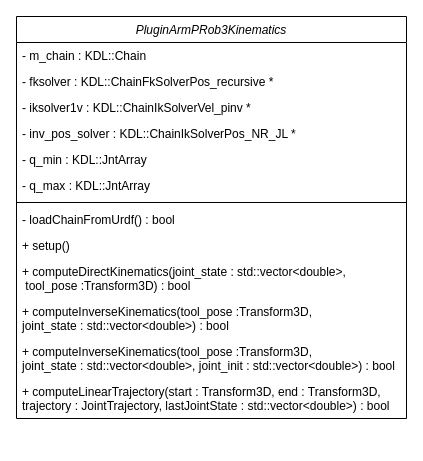
The draw.io diagram ImageFiles/PluginArmPRob3Kinematics.drawio in matteoverzeroli/Laboratorio-di-Robotica-2022-2023, before the edit. Source tidied: cells renumbered, new cells numbered last; positions are measured from the earlier drawing's top-left corner, leaving out a move shared by most shapes. Both pictures are drawn from the tidied source at 100%, with x=0, y=0 at pixel (16, 16).
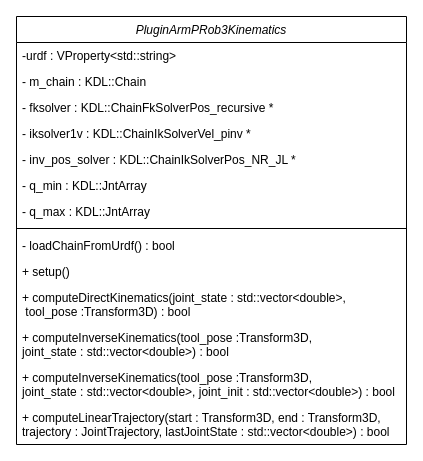
After the change.

Commit message (it also covers changes not shown here):
revision of plugin description

The edit, as a diff of the source:
```diff
@@
 <mxGraphModel>
   <root>
     <mxCell id="0" />
     <mxCell id="1" parent="0" />
     <mxCell id="2" value="PluginArmPRob3Kinematics" style="swimlane;fontStyle=2;align=center;verticalAlign=top;horizontal=1;startSize=26;rounded=0;shadow=0;strokeWidth=1;" parent="1" vertex="1">
-      <mxGeometry width="390" height="402" as="geometry" />
+      <mxGeometry width="390" height="428" as="geometry" />
     </mxCell>
+    <mxCell id="16" value="-urdf : VProperty&lt;std::string&gt;" style="text;align=left;verticalAlign=top;spacingLeft=4;spacingRight=4;overflow=hidden;" parent="2" vertex="1">
+      <mxGeometry y="26" width="390" height="26" as="geometry" />
+    </mxCell>
     <mxCell id="3" value="- m_chain : KDL::Chain " style="text;align=left;verticalAlign=top;spacingLeft=4;spacingRight=4;overflow=hidden;" parent="2" vertex="1">
-      <mxGeometry y="26" width="390" height="26" as="geometry" />
+      <mxGeometry y="52" width="390" height="26" as="geometry" />
     </mxCell>
     <mxCell id="4" value="- fksolver : KDL::ChainFkSolverPos_recursive *" style="text;align=left;verticalAlign=top;spacingLeft=4;spacingRight=4;overflow=hidden;" parent="2" vertex="1">
-      <mxGeometry y="52" width="390" height="26" as="geometry" />
+      <mxGeometry y="78" width="390" height="26" as="geometry" />
     </mxCell>
     <mxCell id="5" value="- iksolver1v : KDL::ChainIkSolverVel_pinv *" style="text;align=left;verticalAlign=top;spacingLeft=4;spacingRight=4;overflow=hidden;" parent="2" vertex="1">
-      <mxGeometry y="78" width="390" height="26" as="geometry" />
+      <mxGeometry y="104" width="390" height="26" as="geometry" />
     </mxCell>
     <mxCell id="6" value="- inv_pos_solver : KDL::ChainIkSolverPos_NR_JL *" style="text;align=left;verticalAlign=top;spacingLeft=4;spacingRight=4;overflow=hidden;" parent="2" vertex="1">
-      <mxGeometry y="104" width="390" height="26" as="geometry" />
+      <mxGeometry y="130" width="390" height="26" as="geometry" />
     </mxCell>
     <mxCell id="7" value="- q_min : KDL::JntArray" style="text;align=left;verticalAlign=top;spacingLeft=4;spacingRight=4;overflow=hidden;" parent="2" vertex="1">
-      <mxGeometry y="130" width="390" height="26" as="geometry" />
+      <mxGeometry y="156" width="390" height="26" as="geometry" />
     </mxCell>
     <mxCell id="8" value="- q_max : KDL::JntArray" style="text;align=left;verticalAlign=top;spacingLeft=4;spacingRight=4;overflow=hidden;" parent="2" vertex="1">
-      <mxGeometry y="156" width="390" height="26" as="geometry" />
+      <mxGeometry y="182" width="390" height="26" as="geometry" />
     </mxCell>
     <mxCell id="9" style="line;html=1;strokeWidth=1;align=left;verticalAlign=middle;spacingTop=-1;spacingLeft=3;spacingRight=3;labelPosition=right;" parent="2" vertex="1">
-      <mxGeometry y="182" width="390" height="8" as="geometry" />
+      <mxGeometry y="208" width="390" height="8" as="geometry" />
     </mxCell>
     <mxCell id="10" value="- loadChainFromUrdf() : bool" style="text;align=left;verticalAlign=top;spacingLeft=4;spacingRight=4;overflow=hidden;" parent="2" vertex="1">
-      <mxGeometry y="190" width="390" height="26" as="geometry" />
+      <mxGeometry y="216" width="390" height="26" as="geometry" />
     </mxCell>
     <mxCell id="11" value="+ setup()" style="text;align=left;verticalAlign=top;spacingLeft=4;spacingRight=4;overflow=hidden;rounded=0;shadow=0;html=0;" parent="2" vertex="1">
-      <mxGeometry y="216" width="390" height="26" as="geometry" />
+      <mxGeometry y="242" width="390" height="26" as="geometry" />
     </mxCell>
     <mxCell id="12" value="+ computeDirectKinematics(joint_state : std::vector&lt;double&gt;,&#10; tool_pose :Transform3D) : bool" style="text;align=left;verticalAlign=top;spacingLeft=4;spacingRight=4;overflow=hidden;rounded=0;shadow=0;html=0;" parent="2" vertex="1">
-      <mxGeometry y="242" width="390" height="40" as="geometry" />
+      <mxGeometry y="268" width="390" height="40" as="geometry" />
     </mxCell>
     <mxCell id="13" value="+ computeInverseKinematics(tool_pose :Transform3D, &#10;joint_state : std::vector&lt;double&gt;) : bool" style="text;align=left;verticalAlign=top;spacingLeft=4;spacingRight=4;overflow=hidden;rounded=0;shadow=0;html=0;" parent="2" vertex="1">
-      <mxGeometry y="282" width="390" height="40" as="geometry" />
+      <mxGeometry y="308" width="390" height="40" as="geometry" />
     </mxCell>
     <mxCell id="14" value="+ computeInverseKinematics(tool_pose :Transform3D, &#10;joint_state : std::vector&lt;double&gt;, joint_init : std::vector&lt;double&gt;) : bool" style="text;align=left;verticalAlign=top;spacingLeft=4;spacingRight=4;overflow=hidden;rounded=0;shadow=0;html=0;" parent="2" vertex="1">
-      <mxGeometry y="322" width="390" height="40" as="geometry" />
+      <mxGeometry y="348" width="390" height="40" as="geometry" />
     </mxCell>
     <mxCell id="15" value="+ computeLinearTrajectory(start : Transform3D, end : Transform3D, &#10;trajectory : JointTrajectory, lastJointState : std::vector&lt;double&gt;) : bool" style="text;align=left;verticalAlign=top;spacingLeft=4;spacingRight=4;overflow=hidden;rounded=0;shadow=0;html=0;" parent="2" vertex="1">
-      <mxGeometry y="362" width="390" height="40" as="geometry" />
+      <mxGeometry y="388" width="390" height="40" as="geometry" />
     </mxCell>
   </root>
 </mxGraphModel>
```
